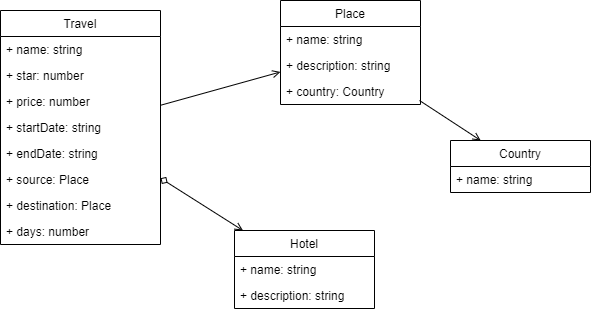
Earlier version of the draw.io export diagram.drawio.png (gastoncba/fast-tour). Source tidied: cells renumbered, new cells last; positions are measured from the earlier drawing's top-left corner, leaving out a move shared by most shapes.
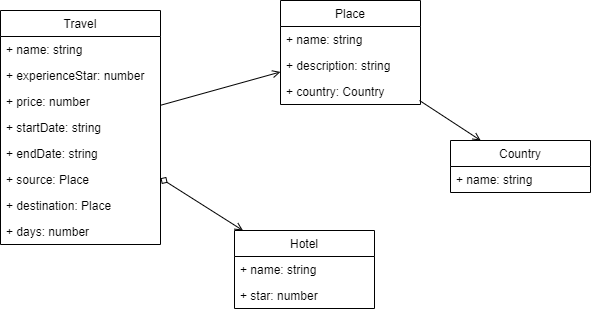
The same diagram one commit later.

Diff of the diagram source:
```diff
@@ -11,7 +11,7 @@
     <mxCell id="4" value="+ name: string" style="text;strokeColor=none;fillColor=none;align=left;verticalAlign=top;spacingLeft=4;spacingRight=4;overflow=hidden;" parent="3" vertex="1">
       <mxGeometry y="26" width="160" height="26" as="geometry" />
     </mxCell>
-    <mxCell id="5" value="+ star: number" style="text;strokeColor=none;fillColor=none;align=left;verticalAlign=top;spacingLeft=4;spacingRight=4;overflow=hidden;" parent="3" vertex="1">
+    <mxCell id="5" value="+ experienceStar: number" style="text;strokeColor=none;fillColor=none;align=left;verticalAlign=top;spacingLeft=4;spacingRight=4;overflow=hidden;" parent="3" vertex="1">
       <mxGeometry y="52" width="160" height="26" as="geometry" />
     </mxCell>
     <mxCell id="6" value="+ price: number" style="text;strokeColor=none;fillColor=none;align=left;verticalAlign=top;spacingLeft=4;spacingRight=4;overflow=hidden;" parent="3" vertex="1">
@@ -53,7 +53,7 @@
     <mxCell id="18" value="+ name: string" style="text;strokeColor=none;fillColor=none;align=left;verticalAlign=top;spacingLeft=4;spacingRight=4;overflow=hidden;" parent="17" vertex="1">
       <mxGeometry y="26" width="140" height="26" as="geometry" />
     </mxCell>
-    <mxCell id="19" value="+ description: string" style="text;strokeColor=none;fillColor=none;align=left;verticalAlign=top;spacingLeft=4;spacingRight=4;overflow=hidden;" parent="17" vertex="1">
+    <mxCell id="19" value="+ star: number" style="text;strokeColor=none;fillColor=none;align=left;verticalAlign=top;spacingLeft=4;spacingRight=4;overflow=hidden;" parent="17" vertex="1">
       <mxGeometry y="52" width="140" height="26" as="geometry" />
     </mxCell>
     <mxCell id="20" value="Country" style="swimlane;fontStyle=0;horizontal=1;startSize=26;fillColor=none;" parent="1" vertex="1">
```
